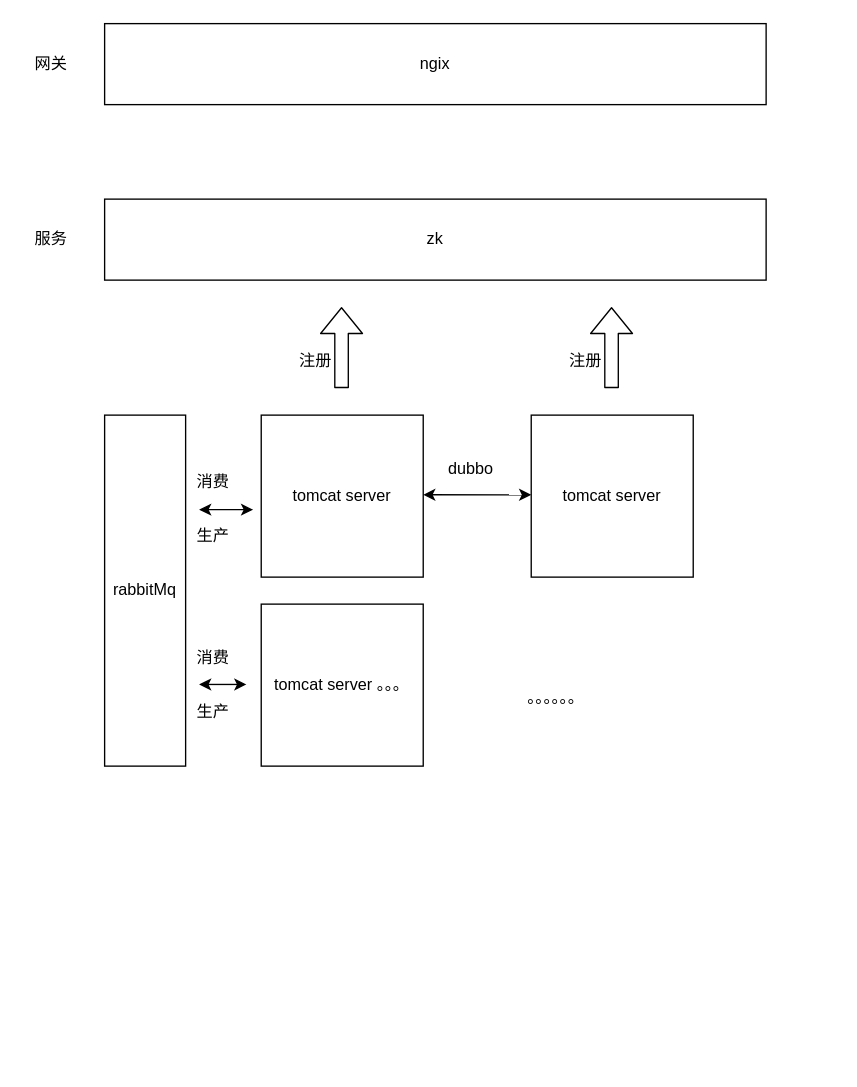
Above: 技术架构.drawio in chaletan/disconf-demos-java (draw.io), before the change. Source tidied: cells renumbered, new cells numbered last; positions are measured from the earlier drawing's top-left corner, leaving out a move shared by most shapes. Both pictures are drawn from the tidied source at 135%, with x=0, y=0 at pixel (23, 23).
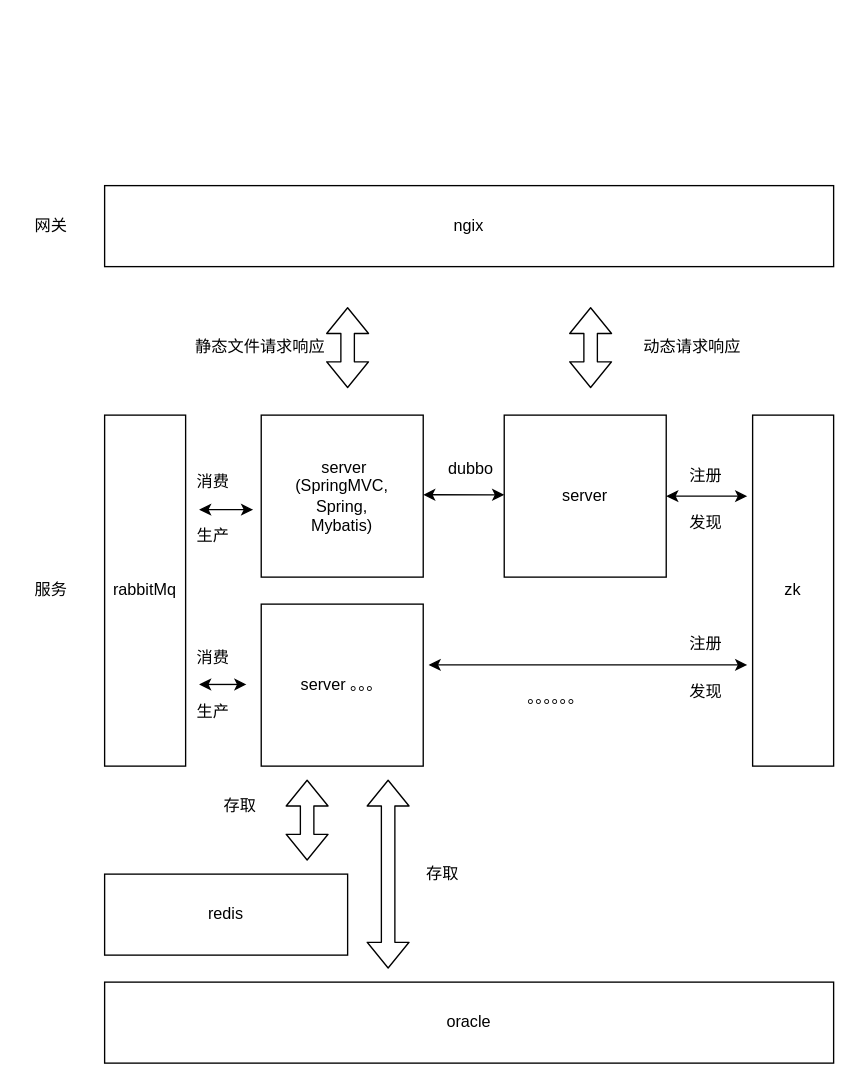
The same diagram, later.

Change to the diagram source:
```diff
@@
     <mxCell id="2" value="ngix" style="rounded=0;whiteSpace=wrap;html=1;" parent="1" vertex="1">
-      <mxGeometry x="60" width="490" height="60" as="geometry" />
+      <mxGeometry x="60" y="120" width="540" height="60" as="geometry" />
     </mxCell>
     <mxCell id="3" value="网关" style="text;html=1;align=center;verticalAlign=middle;" parent="1" vertex="1">
-      <mxGeometry y="20" width="40" height="20" as="geometry" />
+      <mxGeometry y="140" width="40" height="20" as="geometry" />
     </mxCell>
     <mxCell id="4" value="服务" style="text;html=1;align=center;verticalAlign=middle;" parent="1" vertex="1">
-      <mxGeometry y="150" width="40" height="20" as="geometry" />
+      <mxGeometry y="410" width="40" height="20" as="geometry" />
     </mxCell>
-    <mxCell id="5" value="zk" style="rounded=0;whiteSpace=wrap;html=1;" parent="1" vertex="1">
-      <mxGeometry x="60" y="130" width="490" height="60" as="geometry" />
+    <mxCell id="5" value="zk" style="rounded=0;whiteSpace=wrap;html=1;direction=south;" parent="1" vertex="1">
+      <mxGeometry x="540" y="290" width="60" height="260" as="geometry" />
     </mxCell>
-    <mxCell id="6" value="tomcat server" style="rounded=0;whiteSpace=wrap;html=1;" parent="1" vertex="1">
+    <mxCell id="6" value="&amp;nbsp;server&lt;br&gt;(SpringMVC,&lt;br&gt;Spring,&lt;br&gt;Mybatis)" style="rounded=0;whiteSpace=wrap;html=1;" parent="1" vertex="1">
       <mxGeometry x="176" y="290" width="120" height="120" as="geometry" />
     </mxCell>
-    <mxCell id="7" style="shape=flexArrow;endArrow=classic;html=1;" parent="1" edge="1">
-      <mxGeometry relative="1" as="geometry">
-        <mxPoint x="235.5" y="270" as="sourcePoint" />
-        <mxPoint x="235.5" y="210" as="targetPoint" />
-      </mxGeometry>
-    </mxCell>
-    <mxCell id="8" value="tomcat server" style="rounded=0;whiteSpace=wrap;html=1;" parent="1" vertex="1">
-      <mxGeometry x="376" y="290" width="120" height="120" as="geometry" />
+    <mxCell id="8" value="server" style="rounded=0;whiteSpace=wrap;html=1;" parent="1" vertex="1">
+      <mxGeometry x="356" y="290" width="120" height="120" as="geometry" />
     </mxCell>
-    <mxCell id="9" style="shape=flexArrow;endArrow=classic;html=1;" parent="1" edge="1">
-      <mxGeometry relative="1" as="geometry">
-        <mxPoint x="435.5" y="270" as="sourcePoint" />
-        <mxPoint x="435.5" y="210" as="targetPoint" />
-      </mxGeometry>
-    </mxCell>
@@
-    <mxCell id="11" value="注册" style="text;html=1;align=center;verticalAlign=middle;" parent="1" vertex="1">
-      <mxGeometry x="196" y="240" width="40" height="20" as="geometry" />
-    </mxCell>
-    <mxCell id="12" value="注册" style="text;html=1;align=center;verticalAlign=middle;" parent="1" vertex="1">
-      <mxGeometry x="396" y="240" width="40" height="20" as="geometry" />
-    </mxCell>
@@
-    <mxCell id="16" value="tomcat server 。。。" style="rounded=0;whiteSpace=wrap;html=1;" parent="1" vertex="1">
+    <mxCell id="16" value="server 。。。" style="rounded=0;whiteSpace=wrap;html=1;" parent="1" vertex="1">
       <mxGeometry x="176" y="430" width="120" height="120" as="geometry" />
     </mxCell>
@@
+    <mxCell id="23" style="endArrow=classic;startArrow=classic;html=1;entryX=0;entryY=0.492;entryDx=0;entryDy=0;entryPerimeter=0;" parent="1" edge="1">
+      <mxGeometry relative="1" as="geometry">
+        <mxPoint x="476" y="350" as="sourcePoint" />
+        <mxPoint x="536" y="350" as="targetPoint" />
+      </mxGeometry>
+    </mxCell>
+    <mxCell id="24" value="注册" style="text;html=1;align=center;verticalAlign=middle;" parent="1" vertex="1">
+      <mxGeometry x="485" y="325" width="40" height="20" as="geometry" />
+    </mxCell>
+    <mxCell id="25" value="发现" style="text;html=1;align=center;verticalAlign=middle;" parent="1" vertex="1">
+      <mxGeometry x="485" y="360" width="40" height="20" as="geometry" />
+    </mxCell>
+    <mxCell id="26" style="endArrow=classic;startArrow=classic;html=1;entryX=0;entryY=0.492;entryDx=0;entryDy=0;entryPerimeter=0;" parent="1" edge="1">
+      <mxGeometry relative="1" as="geometry">
+        <mxPoint x="300" y="475" as="sourcePoint" />
+        <mxPoint x="536" y="475" as="targetPoint" />
+      </mxGeometry>
+    </mxCell>
+    <mxCell id="27" value="注册" style="text;html=1;align=center;verticalAlign=middle;" parent="1" vertex="1">
+      <mxGeometry x="485" y="450" width="40" height="20" as="geometry" />
+    </mxCell>
+    <mxCell id="28" value="发现" style="text;html=1;align=center;verticalAlign=middle;" parent="1" vertex="1">
+      <mxGeometry x="485" y="485" width="40" height="20" as="geometry" />
+    </mxCell>
+    <mxCell id="29" style="shape=flexArrow;endArrow=classic;startArrow=classic;html=1;" parent="1" edge="1">
+      <mxGeometry relative="1" as="geometry">
+        <mxPoint x="420" y="270" as="sourcePoint" />
+        <mxPoint x="420" y="210" as="targetPoint" />
+      </mxGeometry>
+    </mxCell>
+    <mxCell id="30" style="shape=flexArrow;endArrow=classic;startArrow=classic;html=1;" parent="1" edge="1">
+      <mxGeometry relative="1" as="geometry">
+        <mxPoint x="240" y="270" as="sourcePoint" />
+        <mxPoint x="240" y="210" as="targetPoint" />
+      </mxGeometry>
+    </mxCell>
+    <mxCell id="31" value="静态文件请求响应" style="text;html=1;align=center;verticalAlign=middle;" parent="1" vertex="1">
+      <mxGeometry x="120" y="230" width="110" height="20" as="geometry" />
+    </mxCell>
+    <mxCell id="32" value="动态请求响应" style="text;html=1;align=center;verticalAlign=middle;" parent="1" vertex="1">
+      <mxGeometry x="450" y="230" width="90" height="20" as="geometry" />
+    </mxCell>
+    <mxCell id="33" value="redis" style="rounded=0;whiteSpace=wrap;html=1;" parent="1" vertex="1">
+      <mxGeometry x="60" y="630" width="180" height="60" as="geometry" />
+    </mxCell>
+    <mxCell id="34" value="oracle" style="rounded=0;whiteSpace=wrap;html=1;" parent="1" vertex="1">
+      <mxGeometry x="60" y="710" width="540" height="60" as="geometry" />
+    </mxCell>
+    <mxCell id="35" style="shape=flexArrow;endArrow=classic;startArrow=classic;html=1;" parent="1" edge="1">
+      <mxGeometry relative="1" as="geometry">
+        <mxPoint x="210" y="620" as="sourcePoint" />
+        <mxPoint x="210" y="560" as="targetPoint" />
+      </mxGeometry>
+    </mxCell>
+    <mxCell id="36" style="shape=flexArrow;endArrow=classic;startArrow=classic;html=1;" parent="1" edge="1">
+      <mxGeometry relative="1" as="geometry">
+        <mxPoint x="270" y="700" as="sourcePoint" />
+        <mxPoint x="270" y="560" as="targetPoint" />
+      </mxGeometry>
+    </mxCell>
+    <mxCell id="37" value="存取" style="text;html=1;align=center;verticalAlign=middle;" parent="1" vertex="1">
+      <mxGeometry x="140" y="570" width="40" height="20" as="geometry" />
+    </mxCell>
+    <mxCell id="38" value="存取" style="text;html=1;align=center;verticalAlign=middle;" parent="1" vertex="1">
+      <mxGeometry x="290" y="620" width="40" height="20" as="geometry" />
+    </mxCell>
```
